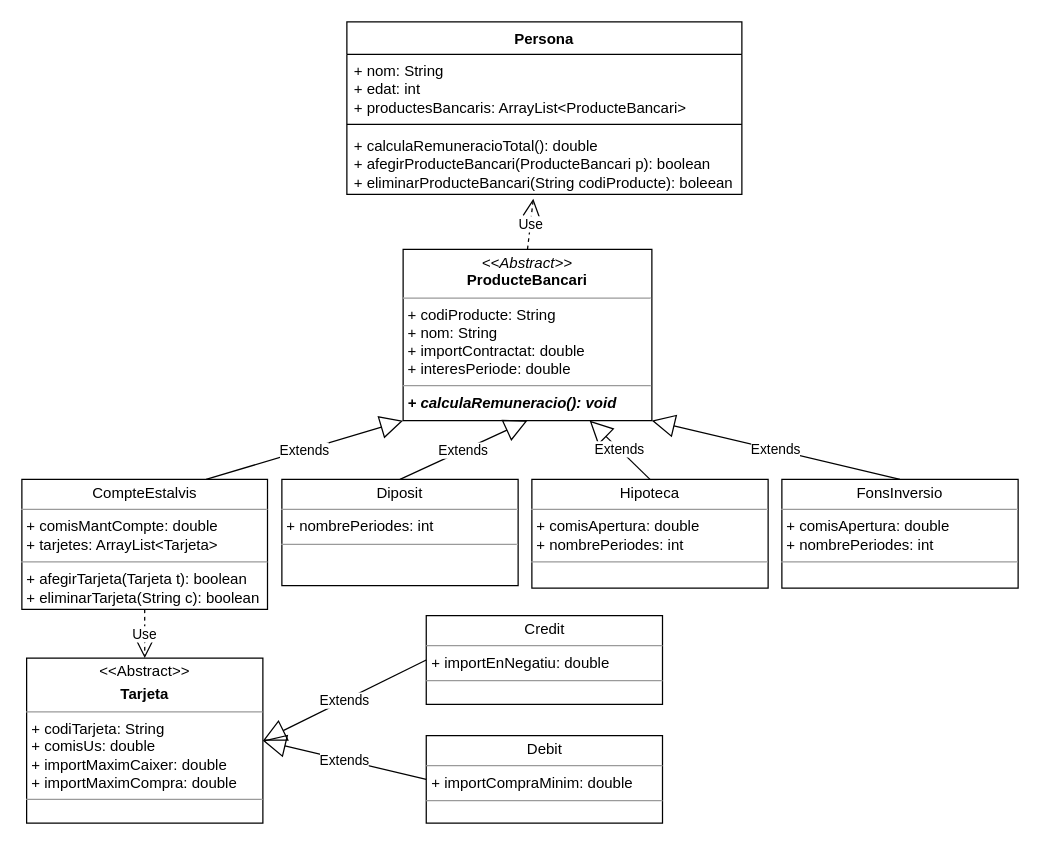
The draw.io diagram DRAW.IO/ACT8_5A.drawio in bvivess/PRG, before the edit. Source tidied: cells renumbered, new cells numbered last; positions are measured from the earlier drawing's top-left corner, leaving out a move shared by most shapes. Both pictures are drawn from the tidied source at 125%, with x=0, y=0 at pixel (21, 21).
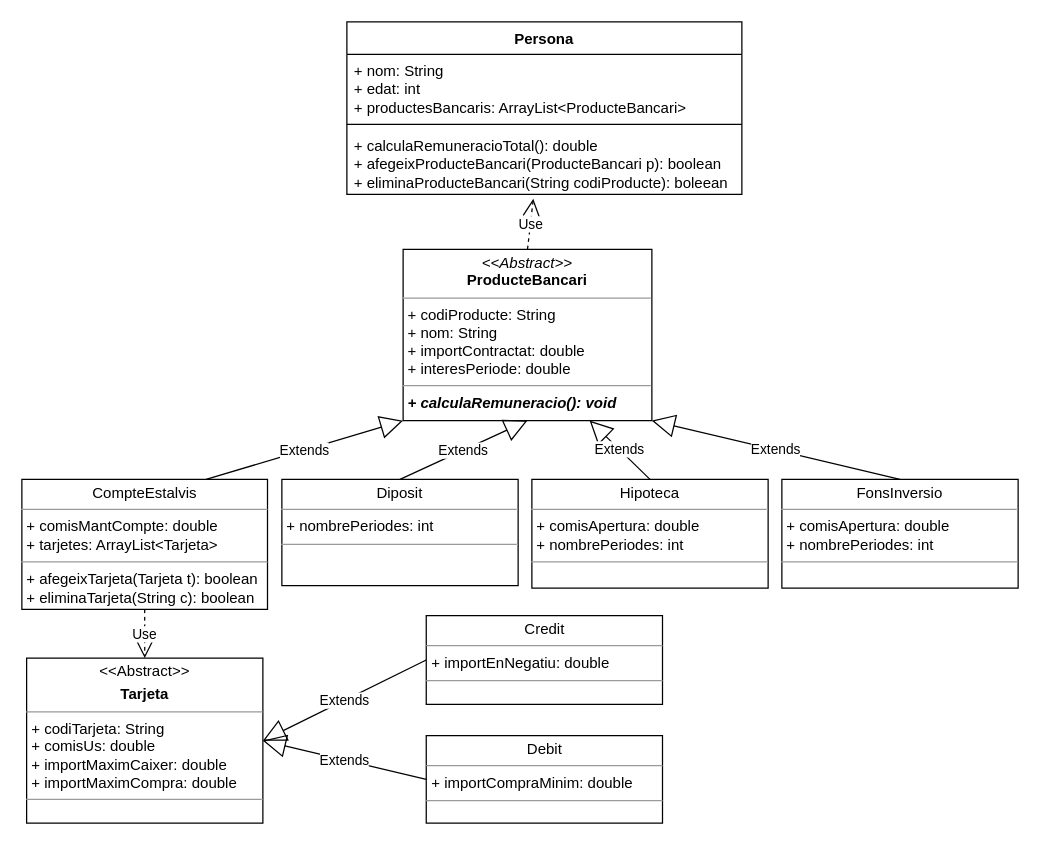
The same page after the edit.

Unchanged cells that the change refers to:
```xml
<mxCell id="2" value="Persona" style="swimlane;fontStyle=1;align=center;verticalAlign=top;horizontal=1;startSize=26;whiteSpace=wrap;html=1;" parent="1" vertex="1">
  <mxGeometry x="260" width="316" height="138" as="geometry" />
</mxCell>
```

Diff of the diagram source:
```diff
@@
-    <mxCell id="5" value="+ calculaRemuneracioTotal(): double&lt;br&gt;+ afegirProducteBancari(ProducteBancari p): boolean&lt;br&gt;+ eliminarProducteBancari(String codiProducte): boleean" style="text;strokeColor=none;fillColor=none;align=left;verticalAlign=top;spacingLeft=4;spacingRight=4;overflow=hidden;points=[[0,0.5],[1,0.5]];portConstraint=eastwest;whiteSpace=wrap;html=1;" parent="2" vertex="1">
+    <mxCell id="5" value="+ calculaRemuneracioTotal(): double&lt;br&gt;+ afegeixProducteBancari(ProducteBancari p): boolean&lt;br&gt;+ eliminaProducteBancari(String codiProducte): boleean" style="text;strokeColor=none;fillColor=none;align=left;verticalAlign=top;spacingLeft=4;spacingRight=4;overflow=hidden;points=[[0,0.5],[1,0.5]];portConstraint=eastwest;whiteSpace=wrap;html=1;" parent="2" vertex="1">
       <mxGeometry y="86" width="316" height="52" as="geometry" />
     </mxCell>
@@
-    <mxCell id="9" value="&lt;p style=&quot;margin:0px;margin-top:4px;text-align:center;&quot;&gt;CompteEstalvis&lt;/p&gt;&lt;hr size=&quot;1&quot;&gt;&lt;p style=&quot;margin:0px;margin-left:4px;&quot;&gt;+ comisMantCompte: double&lt;br&gt;&lt;/p&gt;&lt;p style=&quot;margin:0px;margin-left:4px;&quot;&gt;+ tarjetes: ArrayList&amp;lt;Tarjeta&amp;gt;&lt;/p&gt;&lt;hr size=&quot;1&quot;&gt;&lt;p style=&quot;margin:0px;margin-left:4px;&quot;&gt;+ afegirTarjeta(Tarjeta t): boolean&lt;/p&gt;&lt;p style=&quot;margin:0px;margin-left:4px;&quot;&gt;+ eliminarTarjeta(String c): boolean&lt;/p&gt;" style="verticalAlign=top;align=left;overflow=fill;fontSize=12;fontFamily=Helvetica;html=1;whiteSpace=wrap;" parent="1" vertex="1">
+    <mxCell id="9" value="&lt;p style=&quot;margin:0px;margin-top:4px;text-align:center;&quot;&gt;CompteEstalvis&lt;/p&gt;&lt;hr size=&quot;1&quot;&gt;&lt;p style=&quot;margin:0px;margin-left:4px;&quot;&gt;+ comisMantCompte: double&lt;br&gt;&lt;/p&gt;&lt;p style=&quot;margin:0px;margin-left:4px;&quot;&gt;+ tarjetes: ArrayList&amp;lt;Tarjeta&amp;gt;&lt;/p&gt;&lt;hr size=&quot;1&quot;&gt;&lt;p style=&quot;margin:0px;margin-left:4px;&quot;&gt;+ afegeixTarjeta(Tarjeta t): boolean&lt;/p&gt;&lt;p style=&quot;margin:0px;margin-left:4px;&quot;&gt;+ eliminaTarjeta(String c): boolean&lt;/p&gt;" style="verticalAlign=top;align=left;overflow=fill;fontSize=12;fontFamily=Helvetica;html=1;whiteSpace=wrap;" parent="1" vertex="1">
       <mxGeometry y="366" width="196.5" height="104" as="geometry" />
     </mxCell>
```
